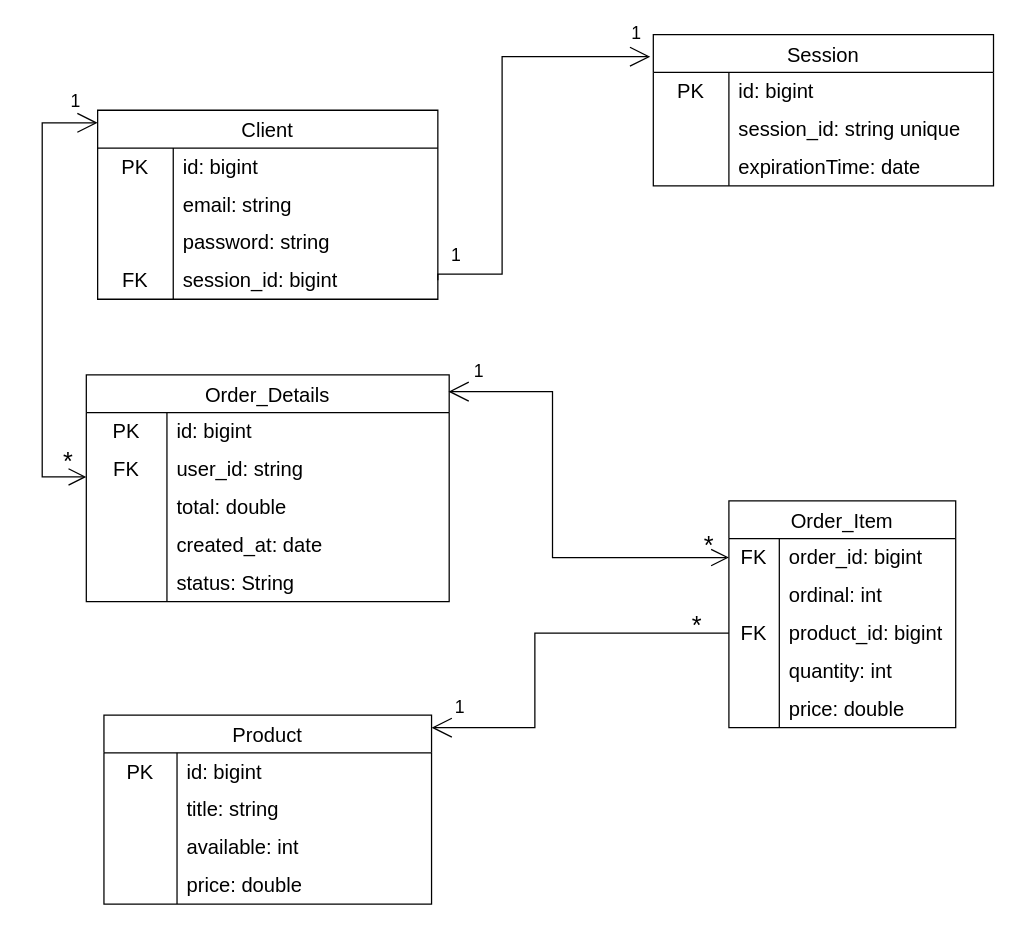
Above: docs/shop-api.drawio in aniazio/shop-api (draw.io), before the change. Source tidied: cells renumbered, new cells numbered last; positions are measured from the earlier drawing's top-left corner, leaving out a move shared by most shapes. Both pictures are drawn from the tidied source at 126%, with x=0, y=0 at pixel (42, 34).
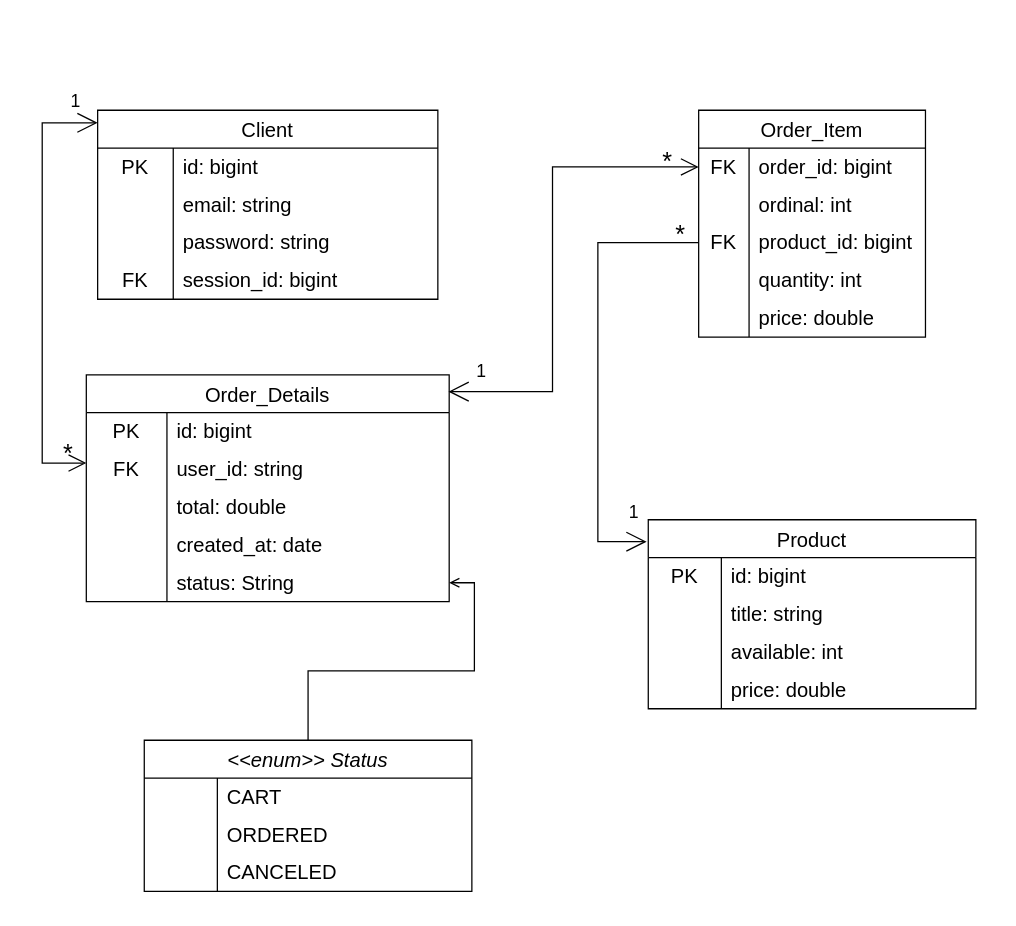
Above is the later version.

Commit message (it also covers changes not shown here):
delete session entity

The change refers to these unchanged cells:
```xml
<mxCell id="3" style="shape=tableRow;horizontal=0;startSize=0;swimlaneHead=0;swimlaneBody=0;top=0;left=0;bottom=0;right=0;fillColor=none;points=[[0,0.5],[1,0.5]];portConstraint=eastwest;strokeColor=inherit;fontSize=16;" parent="2" vertex="1">
  <mxGeometry y="30" width="180" height="30" as="geometry" />
</mxCell>
<mxCell id="9" style="shape=tableRow;horizontal=0;startSize=0;swimlaneHead=0;swimlaneBody=0;top=0;left=0;bottom=0;right=0;fillColor=none;points=[[0,0.5],[1,0.5]];portConstraint=eastwest;strokeColor=inherit;fontSize=16;" parent="2" vertex="1">
  <mxGeometry y="90" width="180" height="30" as="geometry" />
</mxCell>
<mxCell id="18" value="Order_Details" style="shape=table;startSize=30;childLayout=tableLayout;rowLines=0;fontStyle=0;strokeColor=default;fontSize=16;" parent="1" vertex="1">
  <mxGeometry x="35" y="270" width="288" height="180" as="geometry" />
</mxCell>
<mxCell id="31" style="shape=tableRow;horizontal=0;startSize=0;swimlaneHead=0;swimlaneBody=0;top=0;left=0;bottom=0;right=0;fillColor=none;points=[[0,0.5],[1,0.5]];portConstraint=eastwest;strokeColor=inherit;fontSize=16;" parent="18" vertex="1">
  <mxGeometry y="150" width="288" height="30" as="geometry" />
</mxCell>
<mxCell id="67" style="shape=tableRow;horizontal=0;startSize=0;swimlaneHead=0;swimlaneBody=0;top=0;left=0;bottom=0;right=0;fillColor=none;points=[[0,0.5],[1,0.5]];portConstraint=eastwest;strokeColor=inherit;fontSize=16;" parent="57" vertex="1">
  <mxGeometry y="120" width="270" height="30" as="geometry" />
</mxCell>
```

Change to the diagram source:
```diff
@@
     <mxCell id="2" value="Order_Item" style="shape=table;startSize=30;childLayout=tableLayout;rowLines=0;fontStyle=0;strokeColor=default;fontSize=16;" parent="1" vertex="1">
-      <mxGeometry x="545" y="370" width="180" height="180" as="geometry" />
+      <mxGeometry x="521" y="60" width="180" height="180" as="geometry" />
     </mxCell>
@@
     <mxCell id="34" value="Product" style="shape=table;startSize=30;childLayout=tableLayout;rowLines=0;fontStyle=0;strokeColor=default;fontSize=16;" parent="1" vertex="1">
-      <mxGeometry x="49" y="540" width="260" height="150" as="geometry" />
+      <mxGeometry x="481" y="385" width="260" height="150" as="geometry" />
     </mxCell>
@@
-    <mxCell id="47" value="Session" style="shape=table;startSize=30;childLayout=tableLayout;rowLines=0;fontStyle=0;strokeColor=default;fontSize=16;" parent="1" vertex="1">
-      <mxGeometry x="485" width="270" height="120" as="geometry" />
-    </mxCell>
-    <mxCell id="48" style="shape=tableRow;horizontal=0;startSize=0;swimlaneHead=0;swimlaneBody=0;top=0;left=0;bottom=0;right=0;fillColor=none;strokeColor=inherit;fontSize=16;" parent="47" vertex="1">
-      <mxGeometry y="30" width="270" height="30" as="geometry" />
-    </mxCell>
-    <mxCell id="49" value="PK" style="shape=partialRectangle;html=1;whiteSpace=wrap;fillColor=none;top=0;left=0;bottom=0;right=0;overflow=hidden;strokeColor=inherit;fontSize=16;" parent="48" vertex="1">
-      <mxGeometry width="60" height="30" as="geometry" />
-    </mxCell>
-    <mxCell id="50" value="id: bigint" style="shape=partialRectangle;html=1;whiteSpace=wrap;fillColor=none;top=0;left=0;bottom=0;right=0;align=left;spacingLeft=6;overflow=hidden;strokeColor=inherit;fontSize=16;" parent="48" vertex="1">
-      <mxGeometry x="60" width="210" height="30" as="geometry" />
-    </mxCell>
-    <mxCell id="51" style="shape=tableRow;horizontal=0;startSize=0;swimlaneHead=0;swimlaneBody=0;top=0;left=0;bottom=0;right=0;fillColor=none;strokeColor=inherit;fontSize=16;" parent="47" vertex="1">
-      <mxGeometry y="60" width="270" height="30" as="geometry" />
-    </mxCell>
-    <mxCell id="52" style="shape=partialRectangle;html=1;whiteSpace=wrap;fillColor=none;top=0;left=0;bottom=0;right=0;overflow=hidden;strokeColor=inherit;fontSize=16;" parent="51" vertex="1">
-      <mxGeometry width="60" height="30" as="geometry" />
-    </mxCell>
-    <mxCell id="53" value="session_id: string unique" style="shape=partialRectangle;html=1;whiteSpace=wrap;fillColor=none;top=0;left=0;bottom=0;right=0;align=left;spacingLeft=6;overflow=hidden;strokeColor=inherit;fontSize=16;" parent="51" vertex="1">
-      <mxGeometry x="60" width="210" height="30" as="geometry" />
-    </mxCell>
-    <mxCell id="54" style="shape=tableRow;horizontal=0;startSize=0;swimlaneHead=0;swimlaneBody=0;top=0;left=0;bottom=0;right=0;fillColor=none;strokeColor=inherit;fontSize=16;" parent="47" vertex="1">
-      <mxGeometry y="90" width="270" height="30" as="geometry" />
-    </mxCell>
-    <mxCell id="55" style="shape=partialRectangle;html=1;whiteSpace=wrap;fillColor=none;top=0;left=0;bottom=0;right=0;overflow=hidden;strokeColor=inherit;fontSize=16;" parent="54" vertex="1">
-      <mxGeometry width="60" height="30" as="geometry" />
-    </mxCell>
-    <mxCell id="56" value="expirationTime: date" style="shape=partialRectangle;html=1;whiteSpace=wrap;fillColor=none;top=0;left=0;bottom=0;right=0;align=left;spacingLeft=6;overflow=hidden;strokeColor=inherit;fontSize=16;" parent="54" vertex="1">
-      <mxGeometry x="60" width="210" height="30" as="geometry" />
-    </mxCell>
@@
     <mxCell id="70" value="&lt;font style=&quot;font-size: 14px;&quot;&gt;1&lt;/font&gt;" style="endArrow=open;html=1;endSize=12;startArrow=open;startSize=14;startFill=0;edgeStyle=orthogonalEdgeStyle;align=left;verticalAlign=bottom;rounded=0;exitX=0.998;exitY=0.074;exitDx=0;exitDy=0;endFill=0;entryX=0;entryY=0.5;entryDx=0;entryDy=0;exitPerimeter=0;" parent="1" edge="1" source="18" target="3">
       <mxGeometry x="-0.89" y="5" relative="1" as="geometry">
         <Array as="points">
           <mxPoint x="405" y="283" />
-          <mxPoint x="405" y="415" />
+          <mxPoint x="405" y="105" />
         </Array>
       </mxGeometry>
     </mxCell>
     <mxCell id="71" value="&lt;span style=&quot;font-size: 20px;&quot;&gt;*&lt;/span&gt;" style="text;html=1;align=center;verticalAlign=middle;strokeColor=none;fillColor=none;" parent="1" vertex="1">
-      <mxGeometry x="514" y="385" width="30" height="40" as="geometry" />
+      <mxGeometry x="481" y="80" width="30" height="40" as="geometry" />
     </mxCell>
-    <mxCell id="72" value="&lt;font style=&quot;font-size: 14px;&quot;&gt;1&lt;/font&gt;" style="endArrow=none;html=1;endSize=12;startArrow=open;startSize=14;startFill=0;edgeStyle=orthogonalEdgeStyle;align=left;verticalAlign=bottom;rounded=0;endFill=0;entryX=0;entryY=0.5;entryDx=0;entryDy=0;" parent="1" edge="1" target="9">
-      <mxGeometry x="-0.89" y="5" relative="1" as="geometry">
-        <mxPoint x="309" y="550" as="sourcePoint" />
+    <mxCell id="72" value="&lt;font style=&quot;font-size: 14px;&quot;&gt;1&lt;/font&gt;" style="endArrow=none;html=1;endSize=12;startArrow=open;startSize=14;startFill=0;edgeStyle=orthogonalEdgeStyle;align=left;verticalAlign=bottom;rounded=0;endFill=0;entryX=0;entryY=0.5;entryDx=0;entryDy=0;exitX=-0.005;exitY=0.116;exitDx=0;exitDy=0;exitPerimeter=0;" parent="1" edge="1" source="34" target="9">
+      <mxGeometry x="-0.91" y="-12" relative="1" as="geometry">
         <Array as="points">
-          <mxPoint x="309" y="550" />
-          <mxPoint x="391" y="550" />
-          <mxPoint x="391" y="475" />
+          <mxPoint x="441" y="402" />
+          <mxPoint x="441" y="165" />
         </Array>
       </mxGeometry>
     </mxCell>
     <mxCell id="73" value="&lt;span style=&quot;font-size: 20px; text-align: center; text-wrap: nowrap;&quot;&gt;*&lt;/span&gt;" style="text;whiteSpace=wrap;html=1;" parent="1" vertex="1">
-      <mxGeometry x="514" y="450" width="40" height="40" as="geometry" />
+      <mxGeometry x="501" y="140" width="40" height="40" as="geometry" />
     </mxCell>
-    <mxCell id="74" value="&lt;font style=&quot;font-size: 14px;&quot;&gt;1&lt;/font&gt;" style="endArrow=none;html=1;endSize=12;startArrow=open;startSize=14;startFill=0;edgeStyle=orthogonalEdgeStyle;align=left;verticalAlign=bottom;rounded=0;entryX=1;entryY=0.5;entryDx=0;entryDy=0;endFill=0;exitX=-0.009;exitY=0.146;exitDx=0;exitDy=0;exitPerimeter=0;" parent="1" edge="1" source="47" target="67">
-      <mxGeometry x="-0.9" y="-8" relative="1" as="geometry">
-        <Array as="points">
-          <mxPoint x="365" y="18" />
-          <mxPoint x="365" y="190" />
-          <mxPoint x="314" y="190" />
-        </Array>
-      </mxGeometry>
-    </mxCell>
-    <mxCell id="75" value="&lt;span style=&quot;color: rgb(0, 0, 0); font-family: Helvetica; font-size: 14px; font-style: normal; font-variant-ligatures: normal; font-variant-caps: normal; font-weight: 400; letter-spacing: normal; orphans: 2; text-align: left; text-indent: 0px; text-transform: none; widows: 2; word-spacing: 0px; -webkit-text-stroke-width: 0px; white-space: nowrap; background-color: rgb(255, 255, 255); text-decoration-thickness: initial; text-decoration-style: initial; text-decoration-color: initial; display: inline !important; float: none;&quot;&gt;1&lt;/span&gt;" style="text;whiteSpace=wrap;html=1;" parent="1" vertex="1">
-      <mxGeometry x="323" y="160" width="40" height="40" as="geometry" />
-    </mxCell>
     <mxCell id="76" value="&lt;font style=&quot;font-size: 14px;&quot;&gt;1&lt;/font&gt;" style="endArrow=open;html=1;endSize=12;startArrow=open;startSize=14;startFill=0;edgeStyle=orthogonalEdgeStyle;align=left;verticalAlign=bottom;rounded=0;endFill=0;" parent="1" edge="1">
       <mxGeometry x="-0.87" y="-6" relative="1" as="geometry">
         <mxPoint x="44" y="70" as="sourcePoint" />
-        <mxPoint x="35" y="351" as="targetPoint" />
+        <mxPoint x="35" y="340" as="targetPoint" />
         <Array as="points">
-          <mxPoint x="44" y="70" />
           <mxPoint y="70" />
-          <mxPoint y="351" />
+          <mxPoint y="340" />
+          <mxPoint x="35" y="340" />
         </Array>
       </mxGeometry>
     </mxCell>
     <mxCell id="77" value="&lt;span style=&quot;font-size: 20px; text-align: center; text-wrap: nowrap;&quot;&gt;*&lt;/span&gt;" style="text;whiteSpace=wrap;html=1;" parent="1" vertex="1">
-      <mxGeometry x="15" y="320" width="30" height="50" as="geometry" />
+      <mxGeometry x="15" y="314" width="30" height="50" as="geometry" />
     </mxCell>
+    <mxCell id="78" style="edgeStyle=orthogonalEdgeStyle;rounded=0;jettySize=auto;html=1;exitX=0.5;exitY=0;exitDx=0;exitDy=0;entryX=1;entryY=0.5;entryDx=0;entryDy=0;endArrow=open;endFill=0;" parent="1" edge="1" source="79" target="31">
+      <mxGeometry relative="1" as="geometry" />
+    </mxCell>
+    <mxCell id="79" value="&lt;&lt;enum&gt;&gt; Status" style="shape=table;startSize=30;childLayout=tableLayout;rowLines=0;fontStyle=2;strokeColor=default;fontSize=16;" parent="1" vertex="1">
+      <mxGeometry x="81" y="560" width="260" height="120" as="geometry" />
+    </mxCell>
+    <mxCell id="80" style="shape=tableRow;horizontal=0;startSize=0;swimlaneHead=0;swimlaneBody=0;top=0;left=0;bottom=0;right=0;fillColor=none;strokeColor=inherit;fontSize=16;" parent="79" vertex="1">
+      <mxGeometry y="30" width="260" height="30" as="geometry" />
+    </mxCell>
+    <mxCell id="81" style="shape=partialRectangle;html=1;whiteSpace=wrap;fillColor=none;top=0;left=0;bottom=0;right=0;overflow=hidden;strokeColor=inherit;fontSize=16;" parent="80" vertex="1">
+      <mxGeometry width="58" height="30" as="geometry" />
+    </mxCell>
+    <mxCell id="82" value="CART" style="shape=partialRectangle;html=1;whiteSpace=wrap;fillColor=none;top=0;left=0;bottom=0;right=0;align=left;spacingLeft=6;overflow=hidden;strokeColor=inherit;fontSize=16;" parent="80" vertex="1">
+      <mxGeometry x="58" width="202" height="30" as="geometry" />
+    </mxCell>
+    <mxCell id="83" style="shape=tableRow;horizontal=0;startSize=0;swimlaneHead=0;swimlaneBody=0;top=0;left=0;bottom=0;right=0;fillColor=none;strokeColor=inherit;fontSize=16;" parent="79" vertex="1">
+      <mxGeometry y="60" width="260" height="30" as="geometry" />
+    </mxCell>
+    <mxCell id="84" style="shape=partialRectangle;html=1;whiteSpace=wrap;fillColor=none;top=0;left=0;bottom=0;right=0;overflow=hidden;strokeColor=inherit;fontSize=16;" parent="83" vertex="1">
+      <mxGeometry width="58" height="30" as="geometry" />
+    </mxCell>
+    <mxCell id="85" value="ORDERED" style="shape=partialRectangle;html=1;whiteSpace=wrap;fillColor=none;top=0;left=0;bottom=0;right=0;align=left;spacingLeft=6;overflow=hidden;strokeColor=inherit;fontSize=16;" parent="83" vertex="1">
+      <mxGeometry x="58" width="202" height="30" as="geometry" />
+    </mxCell>
+    <mxCell id="86" style="shape=tableRow;horizontal=0;startSize=0;swimlaneHead=0;swimlaneBody=0;top=0;left=0;bottom=0;right=0;fillColor=none;strokeColor=inherit;fontSize=16;" parent="79" vertex="1">
+      <mxGeometry y="90" width="260" height="30" as="geometry" />
+    </mxCell>
+    <mxCell id="87" style="shape=partialRectangle;html=1;whiteSpace=wrap;fillColor=none;top=0;left=0;bottom=0;right=0;overflow=hidden;strokeColor=inherit;fontSize=16;" parent="86" vertex="1">
+      <mxGeometry width="58" height="30" as="geometry" />
+    </mxCell>
+    <mxCell id="88" value="CANCELED" style="shape=partialRectangle;html=1;whiteSpace=wrap;fillColor=none;top=0;left=0;bottom=0;right=0;align=left;spacingLeft=6;overflow=hidden;strokeColor=inherit;fontSize=16;" parent="86" vertex="1">
+      <mxGeometry x="58" width="202" height="30" as="geometry" />
+    </mxCell>
```
